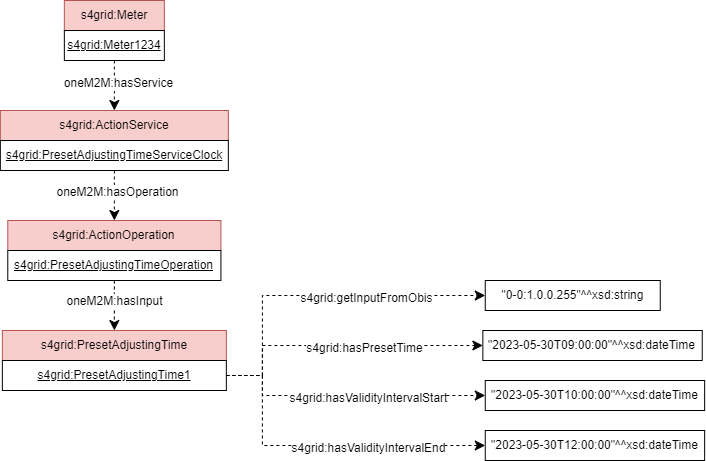
The draw.io diagram documentation/diagrams/SAREF4GRID_Example_action_2.png in Sergio-Carulli/saref4grid, before a commit. Source tidied: cells renumbered, new cells last; positions are measured from the earlier drawing's top-left corner, leaving out a move shared by most shapes.
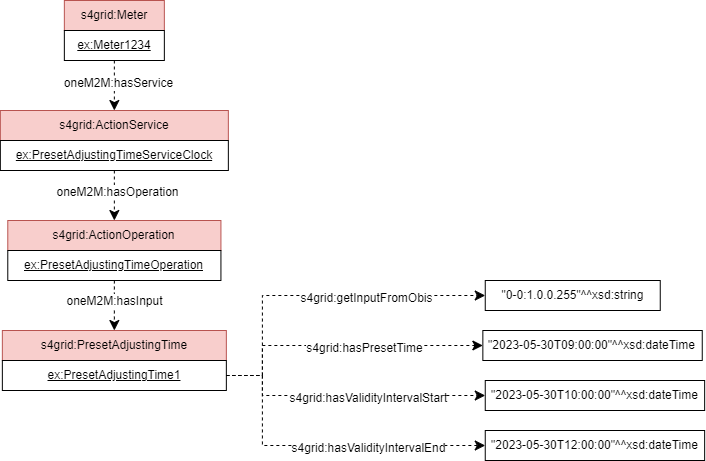
The same file after the commit.

Change to the diagram source:
```diff
@@ -27,25 +27,25 @@
     <mxCell id="8" value="s4grid:Meter" style="rounded=0;whiteSpace=wrap;html=1;fillColor=#f8cecc;strokeColor=#b85450;" parent="1" vertex="1">
       <mxGeometry x="63.8" width="100" height="30" as="geometry" />
     </mxCell>
-    <mxCell id="9" value="&lt;u&gt;s4grid:Meter1234&lt;/u&gt;" style="rounded=0;whiteSpace=wrap;html=1;snapToPoint=1;points=[[0.1,0],[0.2,0],[0.3,0],[0.4,0],[0.5,0],[0.6,0],[0.7,0],[0.8,0],[0.9,0],[0,0.1],[0,0.3],[0,0.5],[0,0.7],[0,0.9],[0.1,1],[0.2,1],[0.3,1],[0.4,1],[0.5,1],[0.6,1],[0.7,1],[0.8,1],[0.9,1],[1,0.1],[1,0.3],[1,0.5],[1,0.7],[1,0.9]];" parent="1" vertex="1">
+    <mxCell id="9" value="&lt;u&gt;ex:Meter1234&lt;/u&gt;" style="rounded=0;whiteSpace=wrap;html=1;snapToPoint=1;points=[[0.1,0],[0.2,0],[0.3,0],[0.4,0],[0.5,0],[0.6,0],[0.7,0],[0.8,0],[0.9,0],[0,0.1],[0,0.3],[0,0.5],[0,0.7],[0,0.9],[0.1,1],[0.2,1],[0.3,1],[0.4,1],[0.5,1],[0.6,1],[0.7,1],[0.8,1],[0.9,1],[1,0.1],[1,0.3],[1,0.5],[1,0.7],[1,0.9]];" parent="1" vertex="1">
       <mxGeometry x="63.8" y="30" width="100" height="30" as="geometry" />
     </mxCell>
     <mxCell id="10" value="s4grid:ActionService" style="rounded=0;whiteSpace=wrap;html=1;snapToPoint=1;points=[[0.1,0],[0.2,0],[0.3,0],[0.4,0],[0.5,0],[0.6,0],[0.7,0],[0.8,0],[0.9,0],[0,0.1],[0,0.3],[0,0.5],[0,0.7],[0,0.9],[0.1,1],[0.2,1],[0.3,1],[0.4,1],[0.5,1],[0.6,1],[0.7,1],[0.8,1],[0.9,1],[1,0.1],[1,0.3],[1,0.5],[1,0.7],[1,0.9]];fillColor=#f8cecc;strokeColor=#b85450;" parent="1" vertex="1">
       <mxGeometry x="-0.1" y="110" width="228" height="30" as="geometry" />
     </mxCell>
-    <mxCell id="11" value="&lt;u&gt;s4grid:PresetAdjustingTimeServiceClock&lt;/u&gt;" style="rounded=0;whiteSpace=wrap;html=1;snapToPoint=1;points=[[0.1,0],[0.2,0],[0.3,0],[0.4,0],[0.5,0],[0.6,0],[0.7,0],[0.8,0],[0.9,0],[0,0.1],[0,0.3],[0,0.5],[0,0.7],[0,0.9],[0.1,1],[0.2,1],[0.3,1],[0.4,1],[0.5,1],[0.6,1],[0.7,1],[0.8,1],[0.9,1],[1,0.1],[1,0.3],[1,0.5],[1,0.7],[1,0.9]];" parent="1" vertex="1">
+    <mxCell id="11" value="&lt;u&gt;ex:PresetAdjustingTimeServiceClock&lt;/u&gt;" style="rounded=0;whiteSpace=wrap;html=1;snapToPoint=1;points=[[0.1,0],[0.2,0],[0.3,0],[0.4,0],[0.5,0],[0.6,0],[0.7,0],[0.8,0],[0.9,0],[0,0.1],[0,0.3],[0,0.5],[0,0.7],[0,0.9],[0.1,1],[0.2,1],[0.3,1],[0.4,1],[0.5,1],[0.6,1],[0.7,1],[0.8,1],[0.9,1],[1,0.1],[1,0.3],[1,0.5],[1,0.7],[1,0.9]];" parent="1" vertex="1">
       <mxGeometry x="-0.1" y="140" width="228" height="30" as="geometry" />
     </mxCell>
     <mxCell id="12" value="s4grid:ActionOperation" style="rounded=0;whiteSpace=wrap;html=1;snapToPoint=1;points=[[0.1,0],[0.2,0],[0.3,0],[0.4,0],[0.5,0],[0.6,0],[0.7,0],[0.8,0],[0.9,0],[0,0.1],[0,0.3],[0,0.5],[0,0.7],[0,0.9],[0.1,1],[0.2,1],[0.3,1],[0.4,1],[0.5,1],[0.6,1],[0.7,1],[0.8,1],[0.9,1],[1,0.1],[1,0.3],[1,0.5],[1,0.7],[1,0.9]];fillColor=#f8cecc;strokeColor=#b85450;" parent="1" vertex="1">
       <mxGeometry x="7.3" y="220" width="213.2" height="30" as="geometry" />
     </mxCell>
-    <mxCell id="13" value="&lt;u style=&quot;border-color: var(--border-color);&quot;&gt;s4grid:PresetAdjustingTimeOperation&lt;/u&gt;" style="rounded=0;whiteSpace=wrap;html=1;snapToPoint=1;points=[[0.1,0],[0.2,0],[0.3,0],[0.4,0],[0.5,0],[0.6,0],[0.7,0],[0.8,0],[0.9,0],[0,0.1],[0,0.3],[0,0.5],[0,0.7],[0,0.9],[0.1,1],[0.2,1],[0.3,1],[0.4,1],[0.5,1],[0.6,1],[0.7,1],[0.8,1],[0.9,1],[1,0.1],[1,0.3],[1,0.5],[1,0.7],[1,0.9]];" parent="1" vertex="1">
+    <mxCell id="13" value="&lt;u style=&quot;border-color: var(--border-color);&quot;&gt;ex:PresetAdjustingTimeOperation&lt;/u&gt;" style="rounded=0;whiteSpace=wrap;html=1;snapToPoint=1;points=[[0.1,0],[0.2,0],[0.3,0],[0.4,0],[0.5,0],[0.6,0],[0.7,0],[0.8,0],[0.9,0],[0,0.1],[0,0.3],[0,0.5],[0,0.7],[0,0.9],[0.1,1],[0.2,1],[0.3,1],[0.4,1],[0.5,1],[0.6,1],[0.7,1],[0.8,1],[0.9,1],[1,0.1],[1,0.3],[1,0.5],[1,0.7],[1,0.9]];" parent="1" vertex="1">
       <mxGeometry x="7.3" y="250" width="213.2" height="30" as="geometry" />
     </mxCell>
     <mxCell id="14" value="s4grid:PresetAdjustingTime" style="rounded=0;whiteSpace=wrap;html=1;snapToPoint=1;points=[[0.1,0],[0.2,0],[0.3,0],[0.4,0],[0.5,0],[0.6,0],[0.7,0],[0.8,0],[0.9,0],[0,0.1],[0,0.3],[0,0.5],[0,0.7],[0,0.9],[0.1,1],[0.2,1],[0.3,1],[0.4,1],[0.5,1],[0.6,1],[0.7,1],[0.8,1],[0.9,1],[1,0.1],[1,0.3],[1,0.5],[1,0.7],[1,0.9]];fillColor=#f8cecc;strokeColor=#b85450;" parent="1" vertex="1">
       <mxGeometry x="1.9" y="330" width="224" height="30" as="geometry" />
     </mxCell>
-    <mxCell id="15" value="&lt;u style=&quot;border-color: var(--border-color);&quot;&gt;s4grid:PresetAdjustingTime1&lt;/u&gt;" style="rounded=0;whiteSpace=wrap;html=1;snapToPoint=1;points=[[0.1,0],[0.2,0],[0.3,0],[0.4,0],[0.5,0],[0.6,0],[0.7,0],[0.8,0],[0.9,0],[0,0.1],[0,0.3],[0,0.5],[0,0.7],[0,0.9],[0.1,1],[0.2,1],[0.3,1],[0.4,1],[0.5,1],[0.6,1],[0.7,1],[0.8,1],[0.9,1],[1,0.1],[1,0.3],[1,0.5],[1,0.7],[1,0.9]];" parent="1" vertex="1">
+    <mxCell id="15" value="&lt;u style=&quot;border-color: var(--border-color);&quot;&gt;ex:PresetAdjustingTime1&lt;/u&gt;" style="rounded=0;whiteSpace=wrap;html=1;snapToPoint=1;points=[[0.1,0],[0.2,0],[0.3,0],[0.4,0],[0.5,0],[0.6,0],[0.7,0],[0.8,0],[0.9,0],[0,0.1],[0,0.3],[0,0.5],[0,0.7],[0,0.9],[0.1,1],[0.2,1],[0.3,1],[0.4,1],[0.5,1],[0.6,1],[0.7,1],[0.8,1],[0.9,1],[1,0.1],[1,0.3],[1,0.5],[1,0.7],[1,0.9]];" parent="1" vertex="1">
       <mxGeometry x="1.9" y="360" width="224" height="30" as="geometry" />
     </mxCell>
     <mxCell id="16" value="&quot;0-0:1.0.0.255&quot;^^xsd:string" style="rounded=0;whiteSpace=wrap;html=1;snapToPoint=1;align=center;" parent="1" vertex="1">
```
